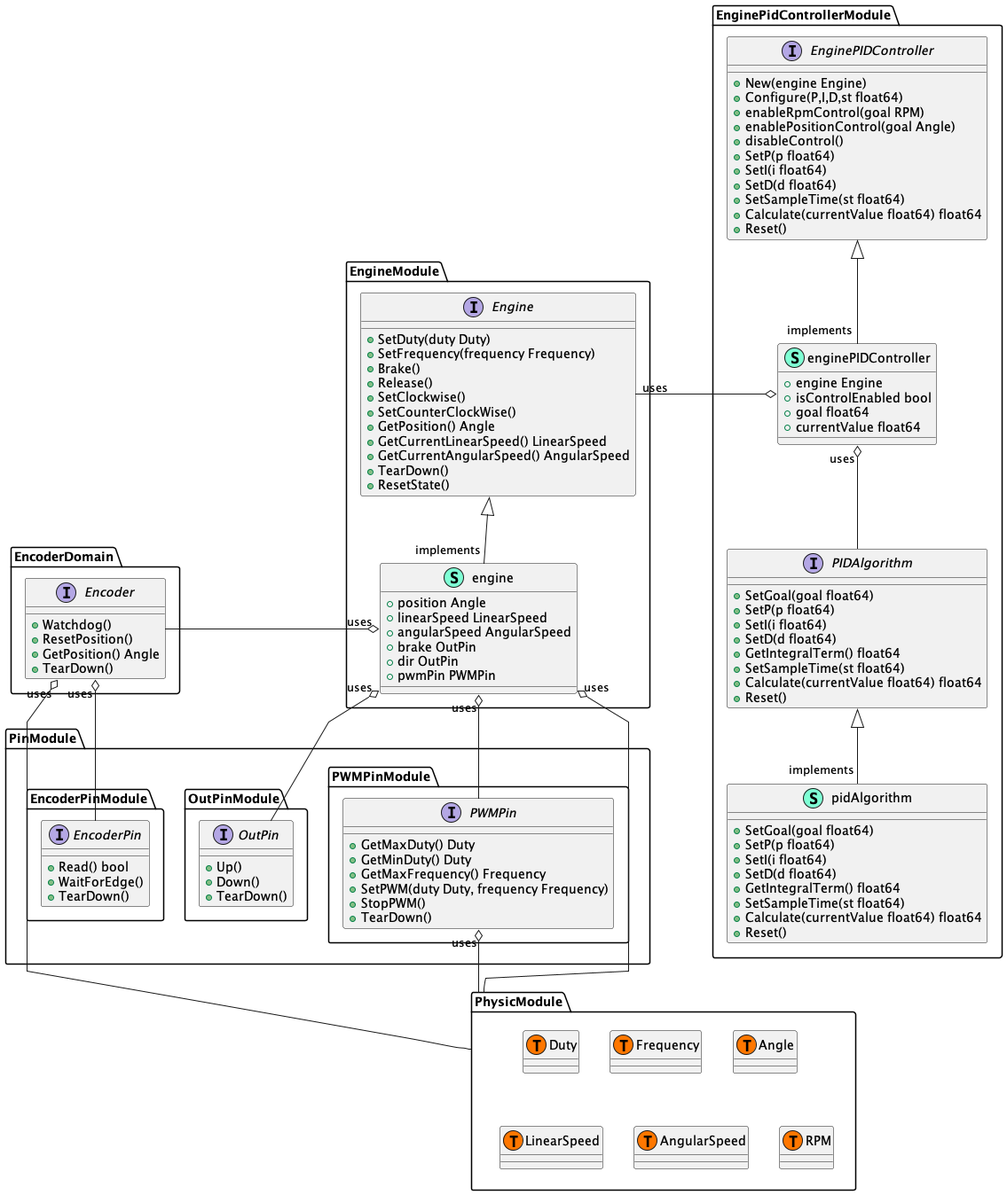
This is thesis/part/Proyecto_ejecutivo/memoria_descriptiva/descripcionDelProyecto/control/uml/controlDomain.png from Enrikerf/pfm, a PlantUML export, as it was before one commit.
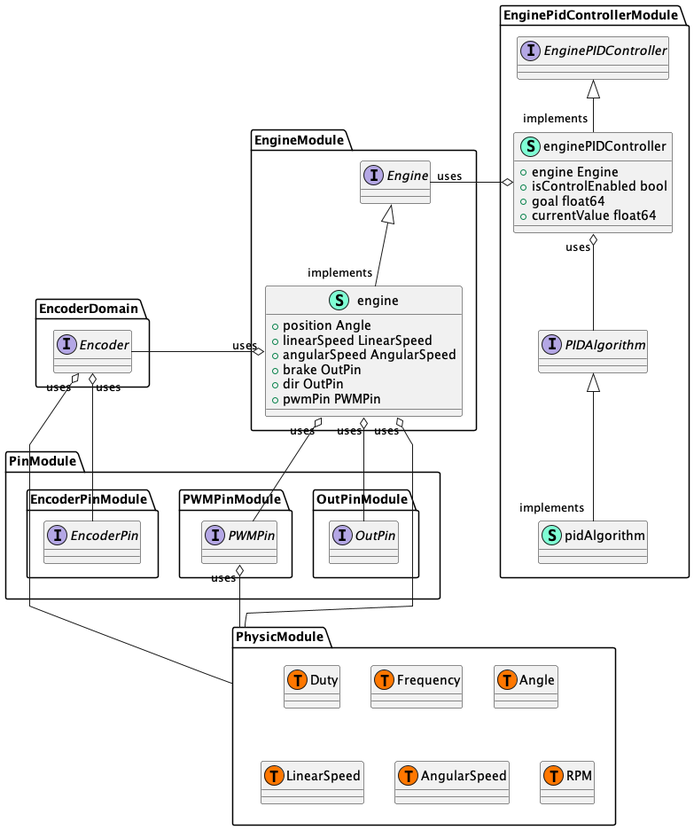
The same file after the commit.

What changed in the source:
```diff
@@ -5,17 +5,6 @@
 
 namespace EngineModule {
     interface Engine  {
-            + SetDuty(duty Duty)
-            + SetFrequency(frequency Frequency)
-            + Brake()
-            + Release()
-            + SetClockwise()
-            + SetCounterClockWise()
-            + GetPosition() Angle
-            + GetCurrentLinearSpeed() LinearSpeed
-            + GetCurrentAngularSpeed() AngularSpeed
-            + TearDown()
-            + ResetState()
         }
 
         class engine << (S,Aquamarine) >> {
@@ -36,10 +25,6 @@
 
 namespace EncoderDomain{
         interface Encoder  {
-            + Watchdog()
-            + ResetPosition()
-            + GetPosition() Angle
-            + TearDown()
         }
 }
 "EncoderDomain.Encoder""uses" o-- "PhysicModule"
@@ -48,29 +33,16 @@
 namespace PinModule {
     namespace EncoderPinModule{
         interface EncoderPin  {
-            + Read() bool
-            + WaitForEdge()
-            + TearDown()
         }
         "EncoderDomain.Encoder""uses" o-- "PinModule.EncoderPinModule.EncoderPin"
     }
     namespace OutPinModule{
         interface OutPin  {
-            + Up()
-            + Down()
-            + TearDown()
-
         }
         "EngineModule.engine""uses" o-- "PinModule.OutPinModule.OutPin"
     }
     namespace PWMPinModule{
         interface PWMPin  {
-            + GetMaxDuty() Duty
-            + GetMinDuty() Duty
-            + GetMaxFrequency() Frequency
-            + SetPWM(duty Duty, frequency Frequency)
-            + StopPWM()
-            + TearDown()
         }
         "EngineModule.engine""uses" o-- "PinModule.PWMPinModule.PWMPin"
 
@@ -96,17 +68,7 @@
 
 namespace EnginePidControllerModule{
     interface EnginePIDController  {
-        + New(engine Engine)
-        + Configure(P,I,D,st float64)
-        + enableRpmControl(goal RPM)
-        + enablePositionControl(goal Angle)
-        + disableControl()
-        + SetP(p float64)
-        + SetI(i float64)
-        + SetD(d float64)
-        + SetSampleTime(st float64)
-        + Calculate(currentValue float64) float64
-        + Reset()
+
     }
 
     class enginePIDController << (S,Aquamarine) >> {
@@ -116,24 +78,10 @@
         + currentValue float64
     }
     interface PIDAlgorithm  {
-        + SetGoal(goal float64)
-        + SetP(p float64)
-        + SetI(i float64)
-        + SetD(d float64)
-        + GetIntegralTerm() float64
-        + SetSampleTime(st float64)
-        + Calculate(currentValue float64) float64
-        + Reset()
+
     }
     class pidAlgorithm << (S,Aquamarine) >> {
-        + SetGoal(goal float64)
-        + SetP(p float64)
-        + SetI(i float64)
-        + SetD(d float64)
-        + GetIntegralTerm() float64
-        + SetSampleTime(st float64)
-        + Calculate(currentValue float64) float64
-        + Reset()
+
     }
 }
 
```
